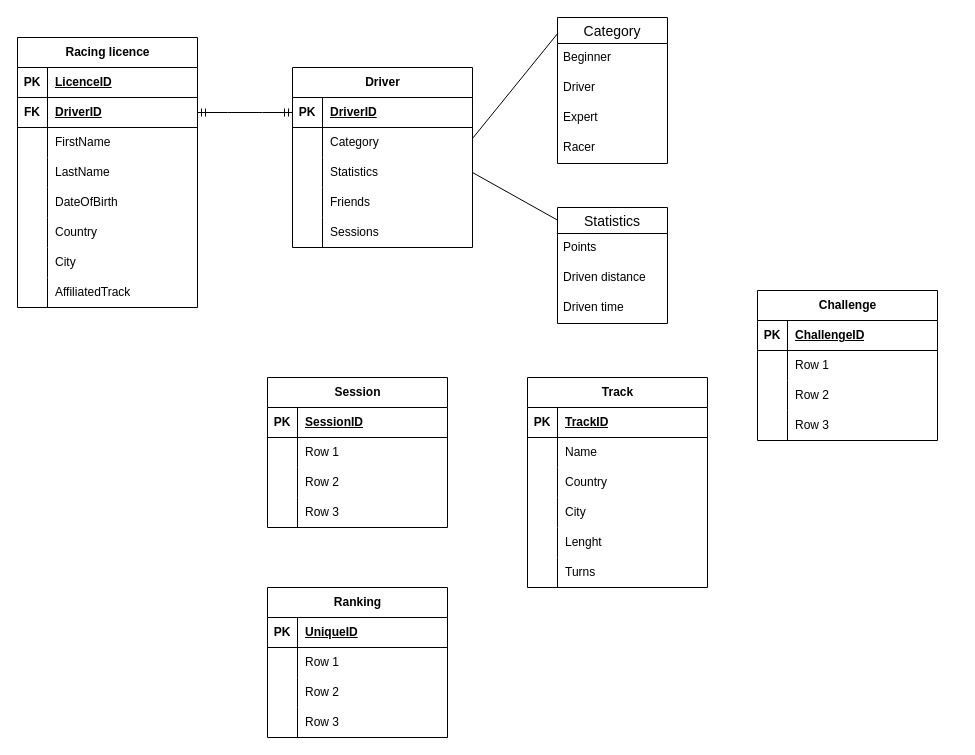
Above: course-work/Implementations/RaceFacer_LogicalModel.drawio in RadoR7/software-modeling-and-analysis-se (draw.io), before the change. Source tidied: cells renumbered, new cells numbered last; positions are measured from the earlier drawing's top-left corner, leaving out a move shared by most shapes. Both pictures are drawn from the tidied source at 100%, with x=0, y=0 at pixel (17, 17).
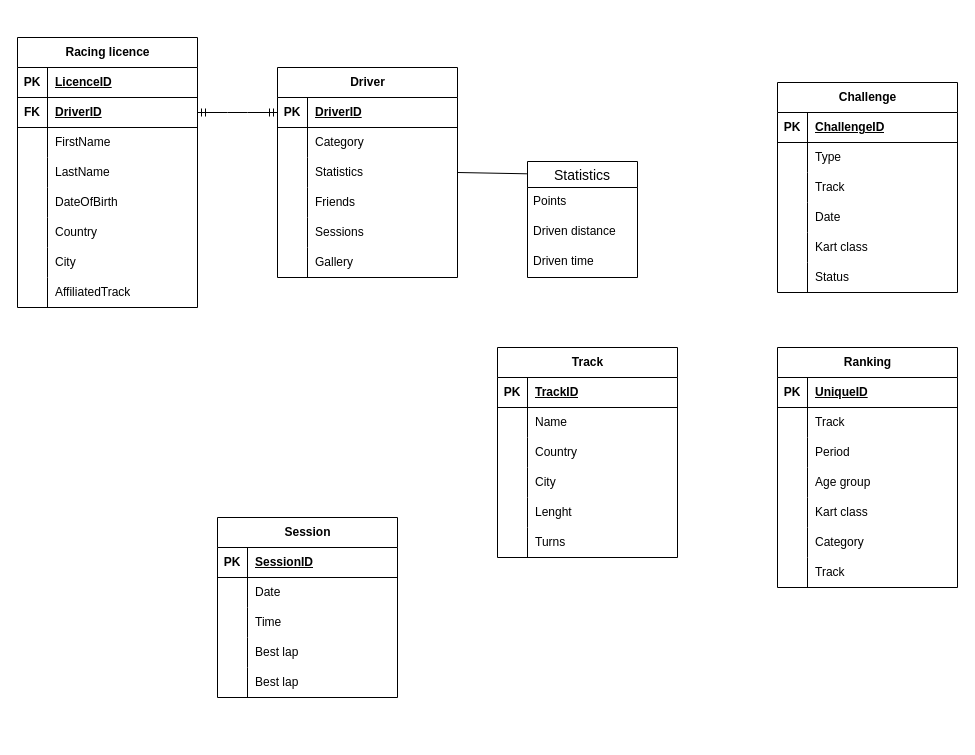
After the change.

Unchanged cells that the change refers to:
```xml
<mxCell id="6" style="shape=tableRow;horizontal=0;startSize=0;swimlaneHead=0;swimlaneBody=0;fillColor=none;points=[[0,0.5],[1,0.5]];portConstraint=eastwest;top=0;left=0;right=0;bottom=0;" parent="2" vertex="1">
  <mxGeometry y="60" width="180" height="30" as="geometry" />
</mxCell>
<mxCell id="27" style="shape=tableRow;horizontal=0;startSize=0;swimlaneHead=0;swimlaneBody=0;fillColor=none;top=0;left=0;right=0;bottom=0;" parent="23" vertex="1">
  <mxGeometry y="60" width="180" height="30" as="geometry" />
</mxCell>
<mxCell id="30" style="shape=tableRow;horizontal=0;startSize=0;swimlaneHead=0;swimlaneBody=0;fillColor=none;top=0;left=0;right=0;bottom=0;" parent="23" vertex="1">
  <mxGeometry y="90" width="180" height="30" as="geometry" />
</mxCell>
<mxCell id="33" style="shape=tableRow;horizontal=0;startSize=0;swimlaneHead=0;swimlaneBody=0;fillColor=none;top=0;left=0;right=0;bottom=0;" parent="23" vertex="1">
  <mxGeometry y="120" width="180" height="30" as="geometry" />
</mxCell>
<mxCell id="44" style="shape=tableRow;horizontal=0;startSize=0;swimlaneHead=0;swimlaneBody=0;fillColor=none;top=0;left=0;right=0;bottom=0;" parent="40" vertex="1">
  <mxGeometry y="60" width="180" height="30" as="geometry" />
</mxCell>
<mxCell id="47" style="shape=tableRow;horizontal=0;startSize=0;swimlaneHead=0;swimlaneBody=0;fillColor=none;top=0;left=0;right=0;bottom=0;" parent="40" vertex="1">
  <mxGeometry y="90" width="180" height="30" as="geometry" />
</mxCell>
<mxCell id="50" style="shape=tableRow;horizontal=0;startSize=0;swimlaneHead=0;swimlaneBody=0;fillColor=none;top=0;left=0;right=0;bottom=0;" parent="40" vertex="1">
  <mxGeometry y="120" width="180" height="30" as="geometry" />
</mxCell>
<mxCell id="57" style="shape=tableRow;horizontal=0;startSize=0;swimlaneHead=0;swimlaneBody=0;fillColor=none;top=0;left=0;right=0;bottom=0;" parent="53" vertex="1">
  <mxGeometry y="60" width="180" height="30" as="geometry" />
</mxCell>
<mxCell id="60" style="shape=tableRow;horizontal=0;startSize=0;swimlaneHead=0;swimlaneBody=0;fillColor=none;top=0;left=0;right=0;bottom=0;" parent="53" vertex="1">
  <mxGeometry y="90" width="180" height="30" as="geometry" />
</mxCell>
<mxCell id="63" style="shape=tableRow;horizontal=0;startSize=0;swimlaneHead=0;swimlaneBody=0;fillColor=none;top=0;left=0;right=0;bottom=0;" parent="53" vertex="1">
  <mxGeometry y="120" width="180" height="30" as="geometry" />
</mxCell>
```

What changed in the source:
```diff
@@
     <mxCell id="2" value="Driver" style="shape=table;startSize=30;childLayout=tableLayout;rowLines=0;fontStyle=1;align=center;html=1;" parent="1" vertex="1">
-      <mxGeometry x="275" y="50" width="180" height="180" as="geometry" />
+      <mxGeometry x="260" y="50" width="180" height="210" as="geometry" />
     </mxCell>
@@
-    <mxCell id="18" value="Category" style="swimlane;fontStyle=0;horizontal=1;startSize=26;align=center;fontSize=14;" parent="1" vertex="1">
-      <mxGeometry x="540" width="110" height="146" as="geometry" />
-    </mxCell>
-    <mxCell id="19" value="Beginner" style="text;strokeColor=none;fillColor=none;spacingLeft=4;spacingRight=4;overflow=hidden;fontSize=12;whiteSpace=wrap;html=1;" parent="18" vertex="1">
-      <mxGeometry y="26" width="110" height="30" as="geometry" />
-    </mxCell>
-    <mxCell id="20" value="Driver" style="text;strokeColor=none;fillColor=none;spacingLeft=4;spacingRight=4;overflow=hidden;fontSize=12;whiteSpace=wrap;html=1;" parent="18" vertex="1">
-      <mxGeometry y="56" width="110" height="30" as="geometry" />
-    </mxCell>
-    <mxCell id="21" value="Expert" style="text;strokeColor=none;fillColor=none;spacingLeft=4;spacingRight=4;overflow=hidden;fontSize=12;whiteSpace=wrap;html=1;" parent="18" vertex="1">
-      <mxGeometry y="86" width="110" height="30" as="geometry" />
-    </mxCell>
-    <mxCell id="22" value="Racer" style="text;strokeColor=none;fillColor=none;spacingLeft=4;spacingRight=4;overflow=hidden;fontSize=12;whiteSpace=wrap;html=1;" parent="18" vertex="1">
-      <mxGeometry y="116" width="110" height="30" as="geometry" />
-    </mxCell>
+    <mxCell id="113" style="shape=tableRow;horizontal=0;startSize=0;swimlaneHead=0;swimlaneBody=0;fillColor=none;top=0;left=0;right=0;bottom=0;" parent="2" vertex="1">
+      <mxGeometry y="180" width="180" height="30" as="geometry" />
+    </mxCell>
+    <mxCell id="114" style="shape=partialRectangle;fillColor=none;top=0;left=0;bottom=0;right=0;overflow=hidden;whiteSpace=wrap;html=1;" parent="113" vertex="1">
+      <mxGeometry width="30" height="30" as="geometry" />
+    </mxCell>
+    <mxCell id="115" value="Gallery" style="shape=partialRectangle;fillColor=none;top=0;left=0;bottom=0;right=0;align=left;spacingLeft=6;overflow=hidden;whiteSpace=wrap;html=1;" parent="113" vertex="1">
+      <mxGeometry x="30" width="150" height="30" as="geometry" />
+    </mxCell>
     <mxCell id="23" value="Ranking" style="shape=table;startSize=30;childLayout=tableLayout;rowLines=0;fontStyle=1;align=center;html=1;" parent="1" vertex="1">
-      <mxGeometry x="250" y="570" width="180" height="150" as="geometry" />
+      <mxGeometry x="760" y="330" width="180" height="240" as="geometry" />
     </mxCell>
@@
-    <mxCell id="29" value="Row 1" style="shape=partialRectangle;fillColor=none;top=0;left=0;bottom=0;right=0;align=left;spacingLeft=6;overflow=hidden;whiteSpace=wrap;html=1;" parent="27" vertex="1">
+    <mxCell id="29" value="Track" style="shape=partialRectangle;fillColor=none;top=0;left=0;bottom=0;right=0;align=left;spacingLeft=6;overflow=hidden;whiteSpace=wrap;html=1;" parent="27" vertex="1">
       <mxGeometry x="30" width="150" height="30" as="geometry" />
     </mxCell>
@@
-    <mxCell id="32" value="Row 2" style="shape=partialRectangle;fillColor=none;top=0;left=0;bottom=0;right=0;align=left;spacingLeft=6;overflow=hidden;whiteSpace=wrap;html=1;" parent="30" vertex="1">
+    <mxCell id="32" value="Period" style="shape=partialRectangle;fillColor=none;top=0;left=0;bottom=0;right=0;align=left;spacingLeft=6;overflow=hidden;whiteSpace=wrap;html=1;" parent="30" vertex="1">
       <mxGeometry x="30" width="150" height="30" as="geometry" />
     </mxCell>
@@
-    <mxCell id="35" value="Row 3" style="shape=partialRectangle;fillColor=none;top=0;left=0;bottom=0;right=0;align=left;spacingLeft=6;overflow=hidden;whiteSpace=wrap;html=1;" parent="33" vertex="1">
+    <mxCell id="35" value="Age group" style="shape=partialRectangle;fillColor=none;top=0;left=0;bottom=0;right=0;align=left;spacingLeft=6;overflow=hidden;whiteSpace=wrap;html=1;" parent="33" vertex="1">
       <mxGeometry x="30" width="150" height="30" as="geometry" />
     </mxCell>
+    <mxCell id="116" style="shape=tableRow;horizontal=0;startSize=0;swimlaneHead=0;swimlaneBody=0;fillColor=none;top=0;left=0;right=0;bottom=0;" parent="23" vertex="1">
+      <mxGeometry y="150" width="180" height="30" as="geometry" />
+    </mxCell>
+    <mxCell id="117" style="shape=partialRectangle;fillColor=none;top=0;left=0;bottom=0;right=0;overflow=hidden;whiteSpace=wrap;html=1;" parent="116" vertex="1">
+      <mxGeometry width="30" height="30" as="geometry" />
+    </mxCell>
+    <mxCell id="118" value="Kart class" style="shape=partialRectangle;fillColor=none;top=0;left=0;bottom=0;right=0;align=left;spacingLeft=6;overflow=hidden;whiteSpace=wrap;html=1;" parent="116" vertex="1">
+      <mxGeometry x="30" width="150" height="30" as="geometry" />
+    </mxCell>
+    <mxCell id="119" style="shape=tableRow;horizontal=0;startSize=0;swimlaneHead=0;swimlaneBody=0;fillColor=none;top=0;left=0;right=0;bottom=0;" parent="23" vertex="1">
+      <mxGeometry y="180" width="180" height="30" as="geometry" />
+    </mxCell>
+    <mxCell id="120" style="shape=partialRectangle;fillColor=none;top=0;left=0;bottom=0;right=0;overflow=hidden;whiteSpace=wrap;html=1;" parent="119" vertex="1">
+      <mxGeometry width="30" height="30" as="geometry" />
+    </mxCell>
+    <mxCell id="18" value="Category" style="shape=partialRectangle;fillColor=none;top=0;left=0;bottom=0;right=0;align=left;spacingLeft=6;overflow=hidden;whiteSpace=wrap;html=1;" parent="119" vertex="1">
+      <mxGeometry x="30" width="150" height="30" as="geometry" />
+    </mxCell>
+    <mxCell id="121" style="shape=tableRow;horizontal=0;startSize=0;swimlaneHead=0;swimlaneBody=0;fillColor=none;top=0;left=0;right=0;bottom=0;" parent="23" vertex="1">
+      <mxGeometry y="210" width="180" height="30" as="geometry" />
+    </mxCell>
+    <mxCell id="122" style="shape=partialRectangle;fillColor=none;top=0;left=0;bottom=0;right=0;overflow=hidden;whiteSpace=wrap;html=1;" parent="121" vertex="1">
+      <mxGeometry width="30" height="30" as="geometry" />
+    </mxCell>
+    <mxCell id="123" value="Track" style="shape=partialRectangle;fillColor=none;top=0;left=0;bottom=0;right=0;align=left;spacingLeft=6;overflow=hidden;whiteSpace=wrap;html=1;" parent="121" vertex="1">
+      <mxGeometry x="30" width="150" height="30" as="geometry" />
+    </mxCell>
     <mxCell id="36" value="Statistics" style="swimlane;fontStyle=0;horizontal=1;startSize=26;align=center;fontSize=14;" parent="1" vertex="1">
-      <mxGeometry x="540" y="190" width="110" height="116" as="geometry" />
+      <mxGeometry x="510" y="144" width="110" height="116" as="geometry" />
     </mxCell>
@@
     <mxCell id="40" value="Challenge" style="shape=table;startSize=30;childLayout=tableLayout;rowLines=0;fontStyle=1;align=center;html=1;" parent="1" vertex="1">
-      <mxGeometry x="740" y="273" width="180" height="150" as="geometry" />
+      <mxGeometry x="760" y="65" width="180" height="210" as="geometry" />
     </mxCell>
@@
-    <mxCell id="46" value="Row 1" style="shape=partialRectangle;fillColor=none;top=0;left=0;bottom=0;right=0;align=left;spacingLeft=6;overflow=hidden;whiteSpace=wrap;html=1;" parent="44" vertex="1">
+    <mxCell id="46" value="Type" style="shape=partialRectangle;fillColor=none;top=0;left=0;bottom=0;right=0;align=left;spacingLeft=6;overflow=hidden;whiteSpace=wrap;html=1;" parent="44" vertex="1">
       <mxGeometry x="30" width="150" height="30" as="geometry" />
     </mxCell>
@@
-    <mxCell id="49" value="Row 2" style="shape=partialRectangle;fillColor=none;top=0;left=0;bottom=0;right=0;align=left;spacingLeft=6;overflow=hidden;whiteSpace=wrap;html=1;" parent="47" vertex="1">
+    <mxCell id="49" value="Track" style="shape=partialRectangle;fillColor=none;top=0;left=0;bottom=0;right=0;align=left;spacingLeft=6;overflow=hidden;whiteSpace=wrap;html=1;" parent="47" vertex="1">
       <mxGeometry x="30" width="150" height="30" as="geometry" />
     </mxCell>
@@
-    <mxCell id="52" value="Row 3" style="shape=partialRectangle;fillColor=none;top=0;left=0;bottom=0;right=0;align=left;spacingLeft=6;overflow=hidden;whiteSpace=wrap;html=1;" parent="50" vertex="1">
+    <mxCell id="52" value="Date" style="shape=partialRectangle;fillColor=none;top=0;left=0;bottom=0;right=0;align=left;spacingLeft=6;overflow=hidden;whiteSpace=wrap;html=1;" parent="50" vertex="1">
       <mxGeometry x="30" width="150" height="30" as="geometry" />
     </mxCell>
+    <mxCell id="124" style="shape=tableRow;horizontal=0;startSize=0;swimlaneHead=0;swimlaneBody=0;fillColor=none;top=0;left=0;right=0;bottom=0;" parent="40" vertex="1">
+      <mxGeometry y="150" width="180" height="30" as="geometry" />
+    </mxCell>
+    <mxCell id="125" style="shape=partialRectangle;fillColor=none;top=0;left=0;bottom=0;right=0;overflow=hidden;whiteSpace=wrap;html=1;" parent="124" vertex="1">
+      <mxGeometry width="30" height="30" as="geometry" />
+    </mxCell>
+    <mxCell id="126" value="Kart class" style="shape=partialRectangle;fillColor=none;top=0;left=0;bottom=0;right=0;align=left;spacingLeft=6;overflow=hidden;whiteSpace=wrap;html=1;" parent="124" vertex="1">
+      <mxGeometry x="30" width="150" height="30" as="geometry" />
+    </mxCell>
+    <mxCell id="127" style="shape=tableRow;horizontal=0;startSize=0;swimlaneHead=0;swimlaneBody=0;fillColor=none;top=0;left=0;right=0;bottom=0;" parent="40" vertex="1">
+      <mxGeometry y="180" width="180" height="30" as="geometry" />
+    </mxCell>
+    <mxCell id="128" style="shape=partialRectangle;fillColor=none;top=0;left=0;bottom=0;right=0;overflow=hidden;whiteSpace=wrap;html=1;" parent="127" vertex="1">
+      <mxGeometry width="30" height="30" as="geometry" />
+    </mxCell>
+    <mxCell id="129" value="Status" style="shape=partialRectangle;fillColor=none;top=0;left=0;bottom=0;right=0;align=left;spacingLeft=6;overflow=hidden;whiteSpace=wrap;html=1;" parent="127" vertex="1">
+      <mxGeometry x="30" width="150" height="30" as="geometry" />
+    </mxCell>
     <mxCell id="53" value="Session" style="shape=table;startSize=30;childLayout=tableLayout;rowLines=0;fontStyle=1;align=center;html=1;" parent="1" vertex="1">
-      <mxGeometry x="250" y="360" width="180" height="150" as="geometry" />
+      <mxGeometry x="200" y="500" width="180" height="180" as="geometry" />
     </mxCell>
@@
-    <mxCell id="59" value="Row 1" style="shape=partialRectangle;fillColor=none;top=0;left=0;bottom=0;right=0;align=left;spacingLeft=6;overflow=hidden;whiteSpace=wrap;html=1;" parent="57" vertex="1">
+    <mxCell id="59" value="Date" style="shape=partialRectangle;fillColor=none;top=0;left=0;bottom=0;right=0;align=left;spacingLeft=6;overflow=hidden;whiteSpace=wrap;html=1;" parent="57" vertex="1">
       <mxGeometry x="30" width="150" height="30" as="geometry" />
     </mxCell>
@@
-    <mxCell id="62" value="Row 2" style="shape=partialRectangle;fillColor=none;top=0;left=0;bottom=0;right=0;align=left;spacingLeft=6;overflow=hidden;whiteSpace=wrap;html=1;" parent="60" vertex="1">
+    <mxCell id="62" value="Time" style="shape=partialRectangle;fillColor=none;top=0;left=0;bottom=0;right=0;align=left;spacingLeft=6;overflow=hidden;whiteSpace=wrap;html=1;" parent="60" vertex="1">
       <mxGeometry x="30" width="150" height="30" as="geometry" />
     </mxCell>
@@
-    <mxCell id="65" value="Row 3" style="shape=partialRectangle;fillColor=none;top=0;left=0;bottom=0;right=0;align=left;spacingLeft=6;overflow=hidden;whiteSpace=wrap;html=1;" parent="63" vertex="1">
+    <mxCell id="65" value="Best lap" style="shape=partialRectangle;fillColor=none;top=0;left=0;bottom=0;right=0;align=left;spacingLeft=6;overflow=hidden;whiteSpace=wrap;html=1;" parent="63" vertex="1">
       <mxGeometry x="30" width="150" height="30" as="geometry" />
     </mxCell>
+    <mxCell id="130" style="shape=tableRow;horizontal=0;startSize=0;swimlaneHead=0;swimlaneBody=0;fillColor=none;top=0;left=0;right=0;bottom=0;" parent="53" vertex="1">
+      <mxGeometry y="150" width="180" height="30" as="geometry" />
+    </mxCell>
+    <mxCell id="131" style="shape=partialRectangle;fillColor=none;top=0;left=0;bottom=0;right=0;overflow=hidden;whiteSpace=wrap;html=1;" parent="130" vertex="1">
+      <mxGeometry width="30" height="30" as="geometry" />
+    </mxCell>
+    <mxCell id="132" value="Best lap" style="shape=partialRectangle;fillColor=none;top=0;left=0;bottom=0;right=0;align=left;spacingLeft=6;overflow=hidden;whiteSpace=wrap;html=1;" parent="130" vertex="1">
+      <mxGeometry x="30" width="150" height="30" as="geometry" />
+    </mxCell>
@@
-    <mxCell id="91" style="endArrow=none;html=1;rounded=0;defaultLabelBackgroundColor=page;exitX=1.003;exitY=0.344;exitDx=0;exitDy=0;exitPerimeter=0;entryX=0.005;entryY=0.106;entryDx=0;entryDy=0;entryPerimeter=0;" parent="1" edge="1" source="6" target="18">
-      <mxGeometry relative="1" as="geometry" />
-    </mxCell>
@@
     <mxCell id="94" value="Track" style="shape=table;startSize=30;childLayout=tableLayout;rowLines=0;fontStyle=1;align=center;html=1;" parent="1" vertex="1">
-      <mxGeometry x="510" y="360" width="180" height="210" as="geometry" />
+      <mxGeometry x="480" y="330" width="180" height="210" as="geometry" />
     </mxCell>
```
